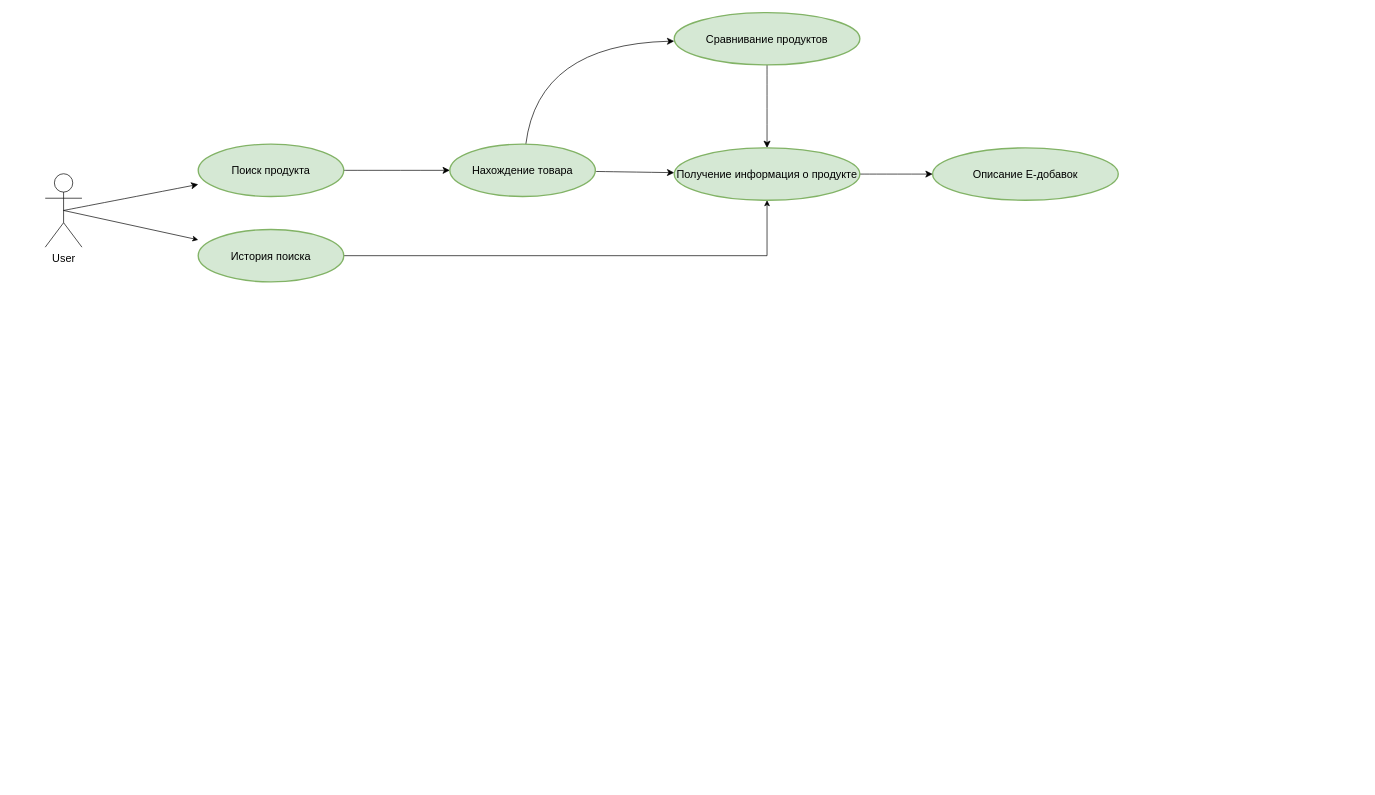
This is page "Копия Подробная" (3 of 3) of 4_course/МиСПИС/usecase.drawio from tedmon1998/ISiT, a draw.io file, before an edit. Source tidied: cells renumbered, new cells numbered last; positions are measured from the earlier drawing's top-left corner, leaving out a move shared by most shapes. Both pictures are drawn from the tidied source at 68%, with x=0, y=0 at pixel (45, 12).
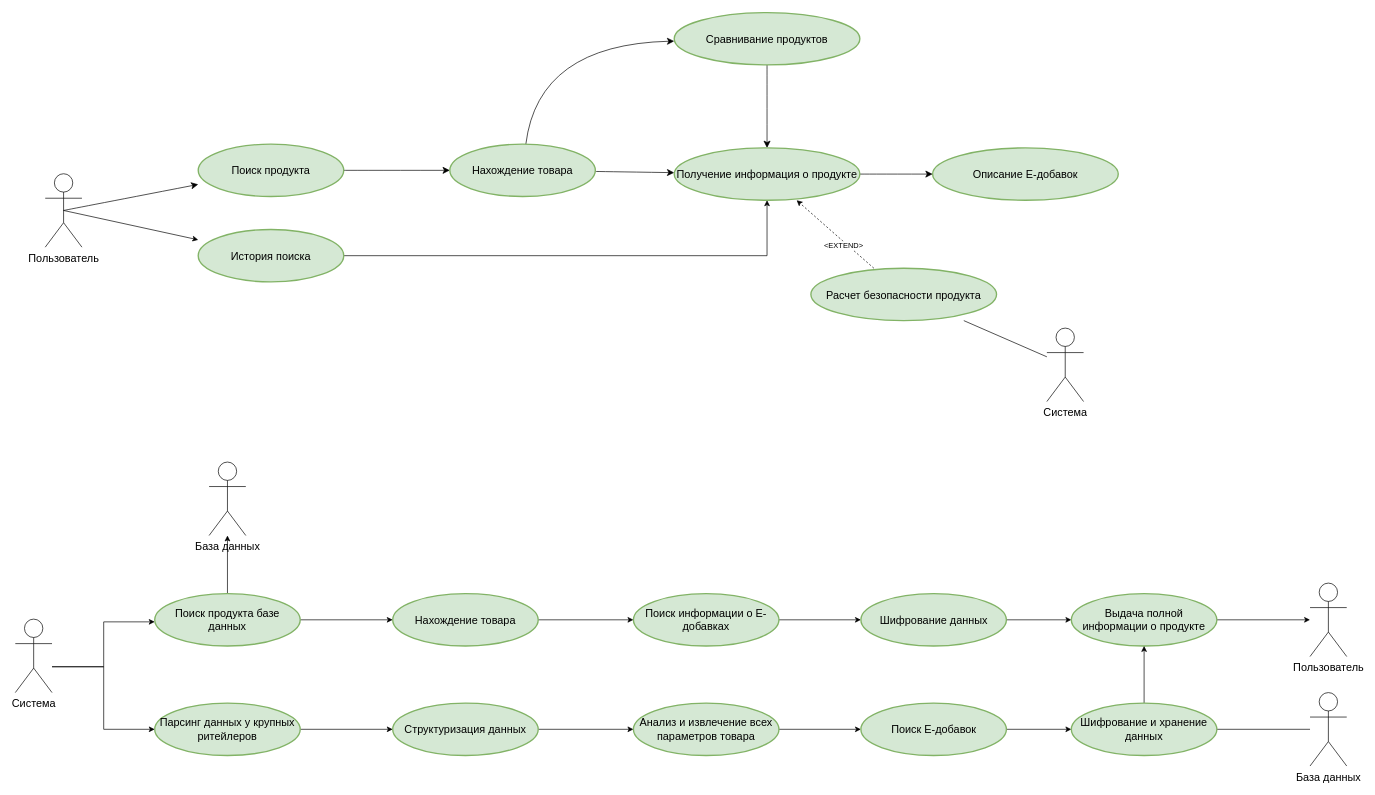
The same page after the edit.

The change refers to these unchanged cells:
```xml
<mxCell id="12" value="Получение информация о продукте" style="strokeWidth=2;html=1;shape=mxgraph.flowchart.start_1;whiteSpace=wrap;fontSize=16;fillColor=#d5e8d4;strokeColor=#82b366;" parent="1" vertex="1">
  <mxGeometry x="925" y="199" width="273" height="77" as="geometry" />
</mxCell>
```

What changed in the source:
```diff
@@
-    <mxCell id="2" value="User&lt;br&gt;" style="shape=umlActor;verticalLabelPosition=bottom;verticalAlign=top;html=1;outlineConnect=0;fontSize=16;" parent="1" vertex="1">
+    <mxCell id="2" value="Пользователь" style="shape=umlActor;verticalLabelPosition=bottom;verticalAlign=top;html=1;outlineConnect=0;fontSize=16;" parent="1" vertex="1">
       <mxGeometry y="237" width="54" height="108" as="geometry" />
     </mxCell>
@@
+    <mxCell id="17" style="rounded=0;jettySize=auto;html=1;dashed=1;" parent="1" edge="1" source="19" target="12">
+      <mxGeometry relative="1" as="geometry">
+        <Array as="points">
+          <mxPoint x="1156" y="321" />
+        </Array>
+      </mxGeometry>
+    </mxCell>
+    <mxCell id="18" value="&amp;lt;EXTEND&amp;gt;" style="edgeLabel;html=1;align=center;verticalAlign=middle;" parent="17" vertex="1">
+      <mxGeometry x="-0.26" y="4" relative="1" as="geometry" />
+    </mxCell>
+    <mxCell id="19" value="Расчет безопасности продукта" style="strokeWidth=2;html=1;shape=mxgraph.flowchart.start_1;whiteSpace=wrap;fontSize=16;fillColor=#d5e8d4;strokeColor=#82b366;" parent="1" vertex="1">
+      <mxGeometry x="1126" y="376" width="273" height="77" as="geometry" />
+    </mxCell>
+    <mxCell id="20" style="rounded=0;jettySize=auto;html=1;endArrow=none;endFill=0;" parent="1" edge="1" source="21" target="19">
+      <mxGeometry relative="1" as="geometry" />
+    </mxCell>
+    <mxCell id="21" value="Система" style="shape=umlActor;verticalLabelPosition=bottom;verticalAlign=top;html=1;outlineConnect=0;fontSize=16;" parent="1" vertex="1">
+      <mxGeometry x="1473" y="464" width="54" height="108" as="geometry" />
+    </mxCell>
+    <mxCell id="22" style="edgeStyle=orthogonalEdgeStyle;rounded=0;jettySize=auto;html=1;" parent="1" edge="1" source="35" target="25">
+      <mxGeometry relative="1" as="geometry">
+        <Array as="points">
+          <mxPoint x="86" y="962" />
+          <mxPoint x="86" y="896" />
+        </Array>
+      </mxGeometry>
+    </mxCell>
+    <mxCell id="23" style="edgeStyle=orthogonalEdgeStyle;rounded=0;jettySize=auto;html=1;" parent="1" edge="1" source="25" target="27">
+      <mxGeometry relative="1" as="geometry" />
+    </mxCell>
+    <mxCell id="24" style="edgeStyle=orthogonalEdgeStyle;rounded=0;jettySize=auto;html=1;" parent="1" edge="1" source="25" target="48">
+      <mxGeometry relative="1" as="geometry" />
+    </mxCell>
+    <mxCell id="25" value="Поиск продукта базе данных" style="strokeWidth=2;html=1;shape=mxgraph.flowchart.start_1;whiteSpace=wrap;fontSize=16;fillColor=#d5e8d4;strokeColor=#82b366;" parent="1" vertex="1">
+      <mxGeometry x="161" y="854.5" width="214" height="77" as="geometry" />
+    </mxCell>
+    <mxCell id="26" style="edgeStyle=orthogonalEdgeStyle;rounded=0;jettySize=auto;html=1;" parent="1" edge="1" source="27" target="29">
+      <mxGeometry relative="1" as="geometry" />
+    </mxCell>
+    <mxCell id="27" value="Нахождение товара" style="strokeWidth=2;html=1;shape=mxgraph.flowchart.start_1;whiteSpace=wrap;fontSize=16;fillColor=#d5e8d4;strokeColor=#82b366;" parent="1" vertex="1">
+      <mxGeometry x="511" y="854.5" width="214" height="77" as="geometry" />
+    </mxCell>
+    <mxCell id="28" style="edgeStyle=orthogonalEdgeStyle;rounded=0;jettySize=auto;html=1;" parent="1" edge="1" source="29" target="31">
+      <mxGeometry relative="1" as="geometry" />
+    </mxCell>
+    <mxCell id="29" value="Поиск информации о Е-добавках" style="strokeWidth=2;html=1;shape=mxgraph.flowchart.start_1;whiteSpace=wrap;fontSize=16;fillColor=#d5e8d4;strokeColor=#82b366;" parent="1" vertex="1">
+      <mxGeometry x="865" y="854.5" width="214" height="77" as="geometry" />
+    </mxCell>
+    <mxCell id="30" style="edgeStyle=orthogonalEdgeStyle;rounded=0;jettySize=auto;html=1;" parent="1" edge="1" source="31" target="33">
+      <mxGeometry relative="1" as="geometry" />
+    </mxCell>
+    <mxCell id="31" value="Шифрование данных" style="strokeWidth=2;html=1;shape=mxgraph.flowchart.start_1;whiteSpace=wrap;fontSize=16;fillColor=#d5e8d4;strokeColor=#82b366;" parent="1" vertex="1">
+      <mxGeometry x="1199.5" y="854.5" width="214" height="77" as="geometry" />
+    </mxCell>
+    <mxCell id="32" style="edgeStyle=orthogonalEdgeStyle;rounded=0;jettySize=auto;html=1;" parent="1" edge="1" source="33" target="49">
+      <mxGeometry relative="1" as="geometry" />
+    </mxCell>
+    <mxCell id="33" value="Выдача полной информации о продукте" style="strokeWidth=2;html=1;shape=mxgraph.flowchart.start_1;whiteSpace=wrap;fontSize=16;fillColor=#d5e8d4;strokeColor=#82b366;" parent="1" vertex="1">
+      <mxGeometry x="1509" y="854.5" width="214" height="77" as="geometry" />
+    </mxCell>
+    <mxCell id="34" style="edgeStyle=orthogonalEdgeStyle;rounded=0;jettySize=auto;html=1;" parent="1" edge="1" source="35" target="37">
+      <mxGeometry relative="1" as="geometry">
+        <Array as="points">
+          <mxPoint x="86" y="962" />
+          <mxPoint x="86" y="1054" />
+        </Array>
+      </mxGeometry>
+    </mxCell>
+    <mxCell id="35" value="Система" style="shape=umlActor;verticalLabelPosition=bottom;verticalAlign=top;html=1;outlineConnect=0;fontSize=16;" parent="1" vertex="1">
+      <mxGeometry x="-44" y="892" width="54" height="108" as="geometry" />
+    </mxCell>
+    <mxCell id="36" style="edgeStyle=orthogonalEdgeStyle;rounded=0;jettySize=auto;html=1;" parent="1" edge="1" source="37" target="39">
+      <mxGeometry relative="1" as="geometry" />
+    </mxCell>
+    <mxCell id="37" value="Парсинг данных у крупных ритейлеров" style="strokeWidth=2;html=1;shape=mxgraph.flowchart.start_1;whiteSpace=wrap;fontSize=16;fillColor=#d5e8d4;strokeColor=#82b366;" parent="1" vertex="1">
+      <mxGeometry x="161" y="1015.5" width="214" height="77" as="geometry" />
+    </mxCell>
+    <mxCell id="38" style="edgeStyle=orthogonalEdgeStyle;rounded=0;jettySize=auto;html=1;" parent="1" edge="1" source="39" target="41">
+      <mxGeometry relative="1" as="geometry" />
+    </mxCell>
+    <mxCell id="39" value="Структуризация данных" style="strokeWidth=2;html=1;shape=mxgraph.flowchart.start_1;whiteSpace=wrap;fontSize=16;fillColor=#d5e8d4;strokeColor=#82b366;" parent="1" vertex="1">
+      <mxGeometry x="511" y="1015.5" width="214" height="77" as="geometry" />
+    </mxCell>
+    <mxCell id="40" style="edgeStyle=orthogonalEdgeStyle;rounded=0;jettySize=auto;html=1;" parent="1" edge="1" source="41" target="43">
+      <mxGeometry relative="1" as="geometry" />
+    </mxCell>
+    <mxCell id="41" value="Анализ и извлечение всех параметров товара" style="strokeWidth=2;html=1;shape=mxgraph.flowchart.start_1;whiteSpace=wrap;fontSize=16;fillColor=#d5e8d4;strokeColor=#82b366;" parent="1" vertex="1">
+      <mxGeometry x="865" y="1015.5" width="214" height="77" as="geometry" />
+    </mxCell>
+    <mxCell id="42" style="edgeStyle=orthogonalEdgeStyle;rounded=0;jettySize=auto;html=1;" parent="1" edge="1" source="43" target="46">
+      <mxGeometry relative="1" as="geometry" />
+    </mxCell>
+    <mxCell id="43" value="Поиск Е-добавок" style="strokeWidth=2;html=1;shape=mxgraph.flowchart.start_1;whiteSpace=wrap;fontSize=16;fillColor=#d5e8d4;strokeColor=#82b366;" parent="1" vertex="1">
+      <mxGeometry x="1199.5" y="1015.5" width="214" height="77" as="geometry" />
+    </mxCell>
+    <mxCell id="44" style="edgeStyle=orthogonalEdgeStyle;rounded=0;jettySize=auto;html=1;endArrow=none;endFill=0;" parent="1" edge="1" source="46" target="47">
+      <mxGeometry relative="1" as="geometry" />
+    </mxCell>
+    <mxCell id="45" style="edgeStyle=orthogonalEdgeStyle;rounded=0;jettySize=auto;html=1;" parent="1" edge="1" source="46" target="33">
+      <mxGeometry relative="1" as="geometry" />
+    </mxCell>
+    <mxCell id="46" value="Шифрование и хранение данных" style="strokeWidth=2;html=1;shape=mxgraph.flowchart.start_1;whiteSpace=wrap;fontSize=16;fillColor=#d5e8d4;strokeColor=#82b366;" parent="1" vertex="1">
+      <mxGeometry x="1509" y="1015.5" width="214" height="77" as="geometry" />
+    </mxCell>
+    <mxCell id="47" value="База данных" style="shape=umlActor;verticalLabelPosition=bottom;verticalAlign=top;html=1;outlineConnect=0;fontSize=16;" parent="1" vertex="1">
+      <mxGeometry x="1860" y="1000" width="54" height="108" as="geometry" />
+    </mxCell>
+    <mxCell id="48" value="База данных" style="shape=umlActor;verticalLabelPosition=bottom;verticalAlign=top;html=1;outlineConnect=0;fontSize=16;" parent="1" vertex="1">
+      <mxGeometry x="241" y="661" width="54" height="108" as="geometry" />
+    </mxCell>
+    <mxCell id="49" value="Пользователь" style="shape=umlActor;verticalLabelPosition=bottom;verticalAlign=top;html=1;outlineConnect=0;fontSize=16;" parent="1" vertex="1">
+      <mxGeometry x="1860" y="839" width="54" height="108" as="geometry" />
+    </mxCell>
```
